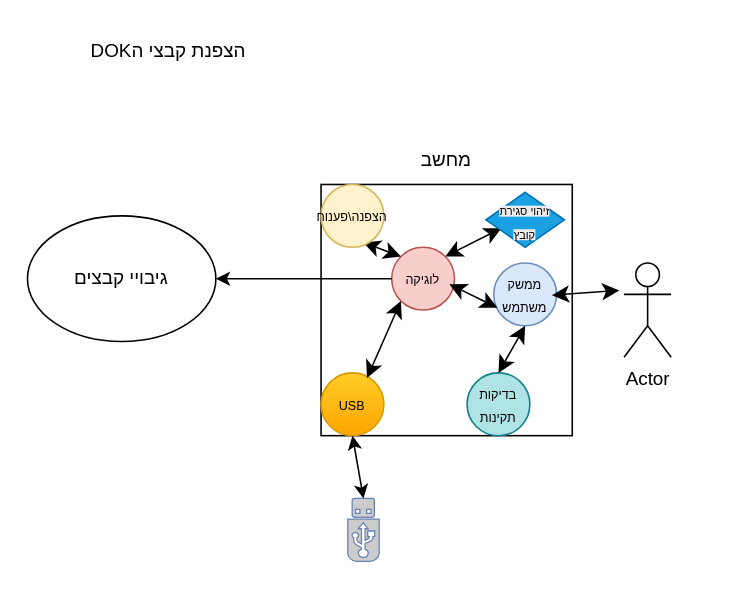
Before: draws/DOKהצפנת קבצי ה.drawio in Eyalen22/Project, a draw.io diagram. Source tidied: cells renumbered, new cells numbered last; positions are measured from the earlier drawing's top-left corner, leaving out a move shared by most shapes. Both pictures are drawn from the tidied source at 157%, with x=0, y=0 at pixel (27, 27).
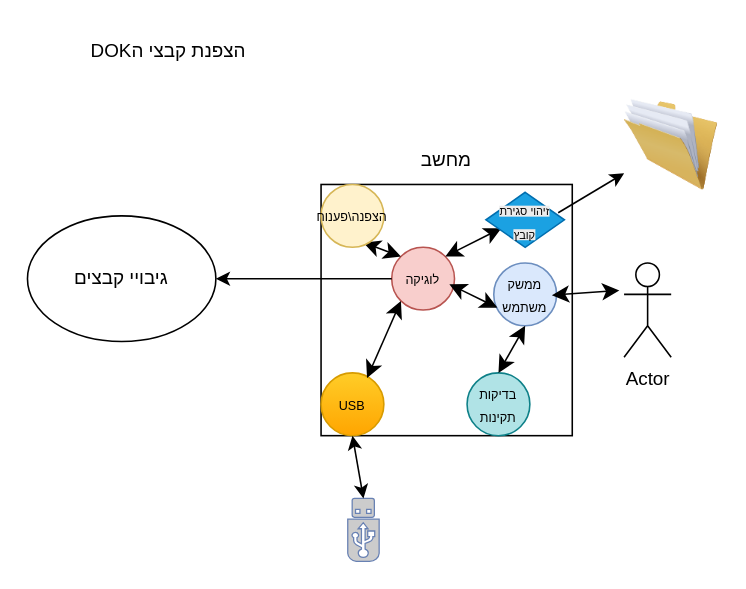
The same page after the edit.

Unchanged cells that the change refers to:
```xml
<mxCell id="20" value="&lt;br&gt;&lt;span style=&quot;color: rgb(0, 0, 0); font-family: Helvetica; font-size: 7px; font-style: normal; font-variant-ligatures: normal; font-variant-caps: normal; font-weight: 400; letter-spacing: normal; orphans: 2; text-align: center; text-indent: 0px; text-transform: none; widows: 2; word-spacing: 0px; -webkit-text-stroke-width: 0px; white-space: normal; background-color: rgb(236, 236, 236); text-decoration-thickness: initial; text-decoration-style: initial; text-decoration-color: initial; float: none; display: inline !important;&quot;&gt;זיהוי סגירת &lt;br&gt;קובץ&lt;/span&gt;&lt;div&gt;&lt;br/&gt;&lt;/div&gt;" style="rhombus;whiteSpace=wrap;html=1;fillColor=#1ba1e2;strokeColor=#006EAF;fontColor=#ffffff;" parent="1" vertex="1">
  <mxGeometry x="292" y="105" width="50" height="35" as="geometry" />
</mxCell>
```

What changed in the source:
```diff
@@
+    <mxCell id="23" style="image;html=1;image=img/lib/clip_art/general/Full_Folder_128x128.png;" parent="1" vertex="1">
+      <mxGeometry x="380" y="40" width="60" height="70" as="geometry" />
+    </mxCell>
+    <mxCell id="24" style="endArrow=classic;html=1;rounded=0;exitX=0.921;exitY=0.371;exitDx=0;exitDy=0;exitPerimeter=0;" parent="1" edge="1" source="20" target="23">
+      <mxGeometry relative="1" as="geometry" />
+    </mxCell>
```
